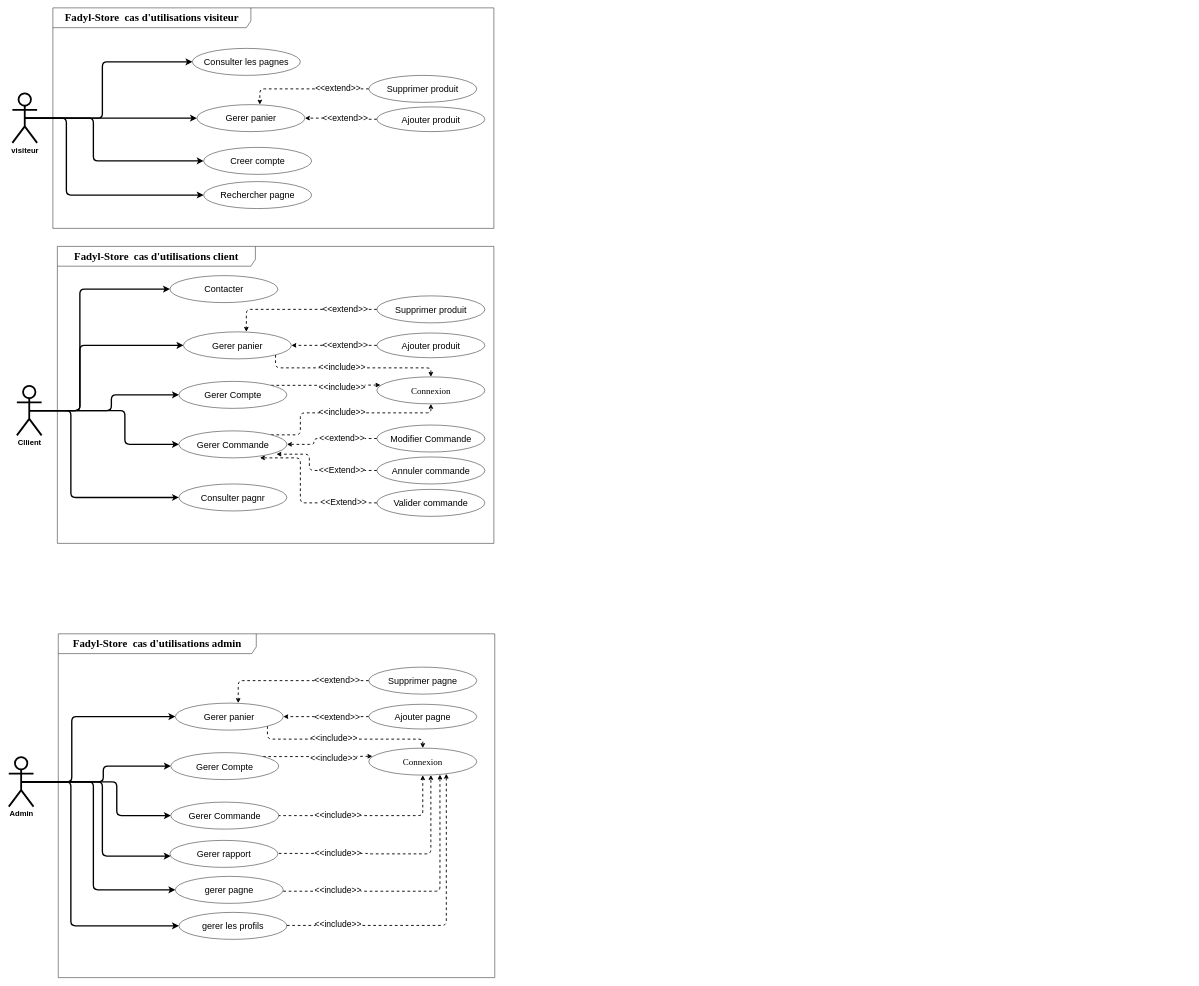
Earlier version of the draw.io diagram use case.drawio (Meshavegas/Fadhyl-Store). Source tidied: cells renumbered, new cells numbered last; positions are measured from the earlier drawing's top-left corner, leaving out a move shared by most shapes. Both pictures are drawn from the tidied source at 45%, with x=0, y=0 at pixel (9, 8).
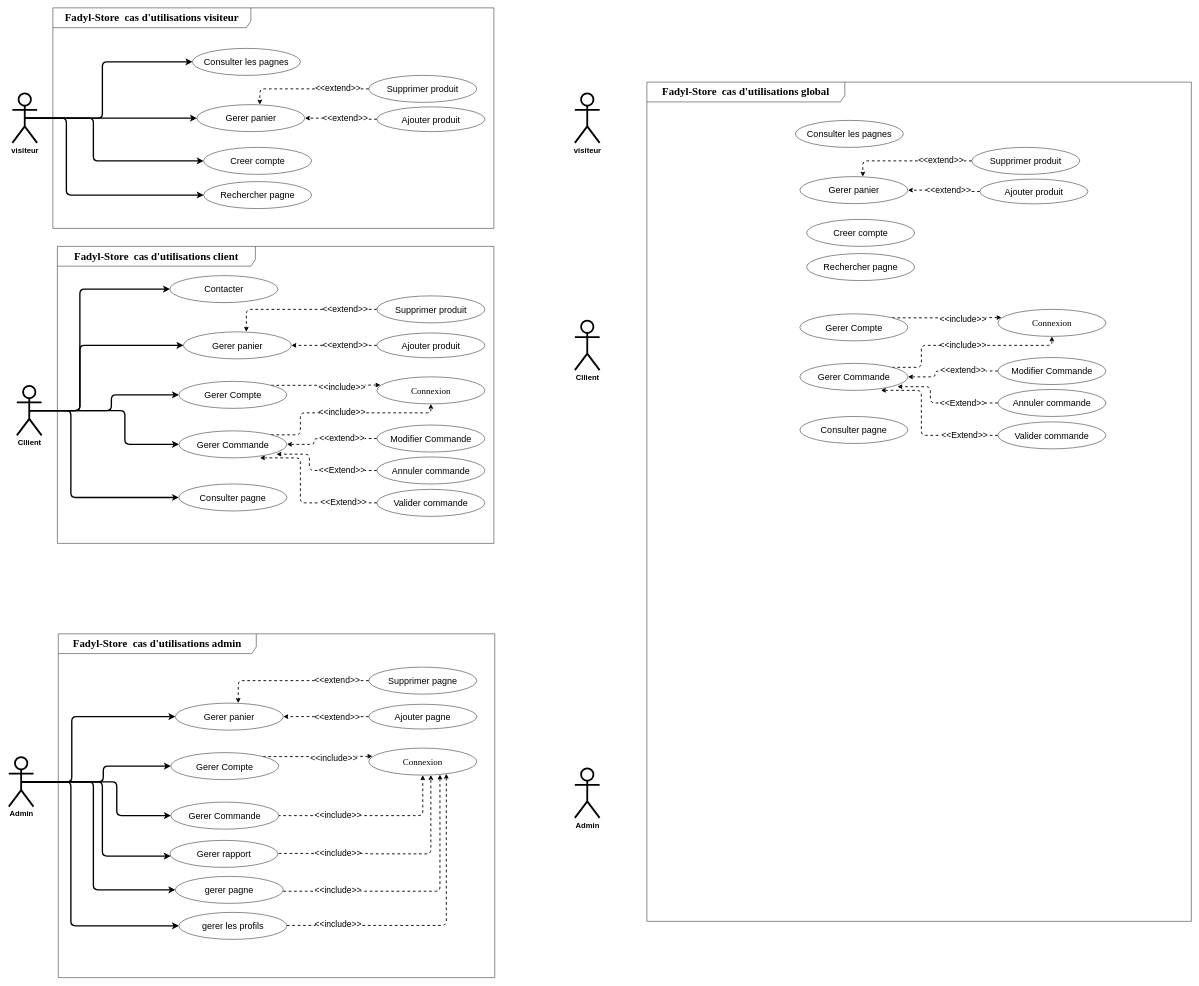
The same diagram, later.

Unchanged cells that the change refers to:
```xml
<mxCell id="8" value="&lt;font style=&quot;font-size: 20px;&quot;&gt;Gerer panier&lt;/font&gt;" style="ellipse;whiteSpace=wrap;html=1;fillStyle=solid;" parent="1" vertex="1">
  <mxGeometry x="388" y="720" width="240" height="60" as="geometry" />
</mxCell>
<mxCell id="24" value="&lt;font face=&quot;Times New Roman&quot; style=&quot;font-size: 20px;&quot;&gt;Connexion&lt;/font&gt;" style="ellipse;whiteSpace=wrap;html=1;" parent="1" vertex="1">
  <mxGeometry x="818" y="820" width="240" height="60" as="geometry" />
</mxCell>
<mxCell id="58" value="&lt;font style=&quot;font-size: 20px;&quot;&gt;Gerer panier&lt;/font&gt;" style="ellipse;whiteSpace=wrap;html=1;fillStyle=solid;" parent="1" vertex="1">
  <mxGeometry x="370" y="1545" width="240" height="60" as="geometry" />
</mxCell>
<mxCell id="68" value="&lt;font face=&quot;Times New Roman&quot; style=&quot;font-size: 20px;&quot;&gt;Connexion&lt;/font&gt;" style="ellipse;whiteSpace=wrap;html=1;" parent="1" vertex="1">
  <mxGeometry x="800" y="1645" width="240" height="60" as="geometry" />
</mxCell>
```

The edit, as a diff of the source:
```diff
@@
-    <mxCell id="7" style="edgeStyle=orthogonalEdgeStyle;rounded=1;jettySize=auto;html=1;exitX=1;exitY=1;exitDx=0;exitDy=0;entryX=0.5;entryY=0;entryDx=0;entryDy=0;dashed=1;strokeWidth=2;" parent="1" edge="1" source="8" target="24">
-      <mxGeometry relative="1" as="geometry">
-        <Array as="points">
-          <mxPoint x="593" y="800" />
-          <mxPoint x="938" y="800" />
-        </Array>
-      </mxGeometry>
-    </mxCell>
@@
-    <mxCell id="13" value="&lt;span style=&quot;font-size: 20px;&quot;&gt;Consulter pagnr&lt;/span&gt;" style="ellipse;whiteSpace=wrap;html=1;" parent="1" vertex="1">
+    <mxCell id="13" value="&lt;span style=&quot;font-size: 20px;&quot;&gt;Consulter pagne&lt;/span&gt;" style="ellipse;whiteSpace=wrap;html=1;" parent="1" vertex="1">
       <mxGeometry x="378" y="1058" width="240" height="60" as="geometry" />
     </mxCell>
@@
-    <mxCell id="30" value="&lt;font style=&quot;font-size: 19px;&quot;&gt;&amp;lt;&amp;lt;include&amp;gt;&amp;gt;&lt;/font&gt;" style="text;html=1;strokeColor=none;fillColor=default;align=center;verticalAlign=middle;whiteSpace=wrap;rounded=0;" parent="1" vertex="1">
-      <mxGeometry x="691" y="784" width="100" height="30" as="geometry" />
-    </mxCell>
@@
-    <mxCell id="57" style="edgeStyle=orthogonalEdgeStyle;rounded=1;jettySize=auto;html=1;exitX=1;exitY=1;exitDx=0;exitDy=0;entryX=0.5;entryY=0;entryDx=0;entryDy=0;dashed=1;strokeWidth=2;" parent="1" edge="1" source="58" target="68">
-      <mxGeometry relative="1" as="geometry">
-        <Array as="points">
-          <mxPoint x="575" y="1625" />
-          <mxPoint x="920" y="1625" />
-        </Array>
-      </mxGeometry>
-    </mxCell>
@@
-    <mxCell id="71" value="&lt;font style=&quot;font-size: 19px;&quot;&gt;&amp;lt;&amp;lt;include&amp;gt;&amp;gt;&lt;/font&gt;" style="text;html=1;strokeColor=none;fillColor=default;align=center;verticalAlign=middle;whiteSpace=wrap;rounded=0;" parent="1" vertex="1">
-      <mxGeometry x="673" y="1609" width="100" height="30" as="geometry" />
-    </mxCell>
@@
+    <mxCell id="85" value="&lt;b&gt;&lt;font style=&quot;font-size: 17px;&quot;&gt;visiteur&lt;/font&gt;&lt;/b&gt;" style="shape=umlActor;verticalLabelPosition=bottom;verticalAlign=top;html=1;strokeWidth=4;" parent="1" vertex="1">
+      <mxGeometry x="1258" y="190" width="55" height="110" as="geometry" />
+    </mxCell>
+    <mxCell id="86" value="&lt;b&gt;&lt;font style=&quot;font-size: 17px;&quot;&gt;Cllient&lt;/font&gt;&lt;/b&gt;" style="shape=umlActor;verticalLabelPosition=bottom;verticalAlign=top;html=1;strokeWidth=4;" parent="1" vertex="1">
+      <mxGeometry x="1258" y="695" width="55" height="110" as="geometry" />
+    </mxCell>
+    <mxCell id="87" value="&lt;b&gt;&lt;font style=&quot;font-size: 17px;&quot;&gt;Admin&lt;/font&gt;&lt;/b&gt;" style="shape=umlActor;verticalLabelPosition=bottom;verticalAlign=top;html=1;strokeWidth=4;" parent="1" vertex="1">
+      <mxGeometry x="1258" y="1690" width="55" height="110" as="geometry" />
+    </mxCell>
+    <mxCell id="88" value="&lt;b style=&quot;border-color: var(--border-color); font-family: &amp;quot;Times New Roman&amp;quot;; font-size: 24px;&quot;&gt;Fadyl-Store&amp;nbsp; cas d'utilisations global&lt;/b&gt;" style="shape=umlFrame;whiteSpace=wrap;html=1;width=440;height=44;" parent="1" vertex="1">
+      <mxGeometry x="1418" y="165" width="1210" height="1865" as="geometry" />
+    </mxCell>
+    <mxCell id="89" value="&lt;font style=&quot;font-size: 20px;&quot;&gt;Gerer panier&lt;/font&gt;" style="ellipse;whiteSpace=wrap;html=1;fillStyle=solid;" parent="1" vertex="1">
+      <mxGeometry x="1758" y="375" width="240" height="60" as="geometry" />
+    </mxCell>
+    <mxCell id="90" value="&lt;font style=&quot;font-size: 20px;&quot;&gt;Creer compte&lt;/font&gt;" style="ellipse;whiteSpace=wrap;html=1;" parent="1" vertex="1">
+      <mxGeometry x="1773" y="470" width="240" height="60" as="geometry" />
+    </mxCell>
+    <mxCell id="91" value="&lt;font style=&quot;font-size: 20px;&quot;&gt;Rechercher pagne&lt;/font&gt;" style="ellipse;whiteSpace=wrap;html=1;" parent="1" vertex="1">
+      <mxGeometry x="1773" y="546" width="240" height="60" as="geometry" />
+    </mxCell>
+    <mxCell id="92" style="edgeStyle=orthogonalEdgeStyle;rounded=0;jettySize=auto;html=1;exitX=0;exitY=0.5;exitDx=0;exitDy=0;entryX=1;entryY=0.5;entryDx=0;entryDy=0;dashed=1;strokeWidth=2;" parent="1" edge="1" target="89">
+      <mxGeometry relative="1" as="geometry">
+        <mxPoint x="2158" y="408" as="sourcePoint" />
+      </mxGeometry>
+    </mxCell>
+    <mxCell id="93" style="edgeStyle=orthogonalEdgeStyle;rounded=1;jettySize=auto;html=1;entryX=0.583;entryY=0;entryDx=0;entryDy=0;entryPerimeter=0;dashed=1;strokeWidth=2;" parent="1" edge="1" source="94" target="89">
+      <mxGeometry relative="1" as="geometry" />
+    </mxCell>
+    <mxCell id="94" value="&lt;font style=&quot;font-size: 20px;&quot;&gt;Supprimer produit&lt;/font&gt;" style="ellipse;whiteSpace=wrap;html=1;flipV=1;flipH=1;" parent="1" vertex="1">
+      <mxGeometry x="2140" y="310" width="240" height="60" as="geometry" />
+    </mxCell>
+    <mxCell id="95" value="&lt;font style=&quot;font-size: 19px;&quot;&gt;&amp;lt;&amp;lt;extend&amp;gt;&amp;gt;&lt;/font&gt;" style="text;html=1;strokeColor=none;fillColor=default;align=center;verticalAlign=middle;whiteSpace=wrap;rounded=0;" parent="1" vertex="1">
+      <mxGeometry x="2022" y="325" width="100" height="30" as="geometry" />
+    </mxCell>
+    <mxCell id="96" value="&lt;font style=&quot;font-size: 19px;&quot;&gt;&amp;lt;&amp;lt;extend&amp;gt;&amp;gt;&lt;/font&gt;" style="text;html=1;strokeColor=none;fillColor=default;align=center;verticalAlign=middle;whiteSpace=wrap;rounded=0;" parent="1" vertex="1">
+      <mxGeometry x="2038" y="392" width="100" height="30" as="geometry" />
+    </mxCell>
+    <mxCell id="97" value="&lt;font style=&quot;font-size: 20px;&quot;&gt;Consulter les pagnes&lt;/font&gt;" style="ellipse;whiteSpace=wrap;html=1;fillStyle=solid;" parent="1" vertex="1">
+      <mxGeometry x="1748" y="250" width="240" height="60" as="geometry" />
+    </mxCell>
+    <mxCell id="98" value="&lt;font style=&quot;font-size: 20px;&quot;&gt;Ajouter produit&lt;/font&gt;" style="ellipse;whiteSpace=wrap;html=1;flipV=1;flipH=1;" parent="1" vertex="1">
+      <mxGeometry x="2158" y="380.5" width="240" height="55" as="geometry" />
+    </mxCell>
+    <mxCell id="99" style="edgeStyle=orthogonalEdgeStyle;rounded=1;jettySize=auto;html=1;exitX=1;exitY=0;exitDx=0;exitDy=0;entryX=0.034;entryY=0.302;entryDx=0;entryDy=0;entryPerimeter=0;dashed=1;strokeWidth=2;" parent="1" edge="1" source="100" target="110">
+      <mxGeometry relative="1" as="geometry" />
+    </mxCell>
+    <mxCell id="100" value="&lt;font style=&quot;font-size: 20px;&quot;&gt;Gerer Compte&lt;/font&gt;" style="ellipse;whiteSpace=wrap;html=1;" parent="1" vertex="1">
+      <mxGeometry x="1758" y="680" width="240" height="60" as="geometry" />
+    </mxCell>
+    <mxCell id="101" style="edgeStyle=orthogonalEdgeStyle;rounded=1;jettySize=auto;html=1;exitX=1;exitY=0;exitDx=0;exitDy=0;entryX=0.5;entryY=1;entryDx=0;entryDy=0;dashed=1;strokeWidth=2;" parent="1" edge="1" source="102" target="110">
+      <mxGeometry relative="1" as="geometry">
+        <Array as="points">
+          <mxPoint x="2028" y="799" />
+          <mxPoint x="2028" y="750" />
+          <mxPoint x="2318" y="750" />
+        </Array>
+      </mxGeometry>
+    </mxCell>
+    <mxCell id="102" value="&lt;font style=&quot;font-size: 20px;&quot;&gt;Gerer Commande&lt;/font&gt;" style="ellipse;whiteSpace=wrap;html=1;" parent="1" vertex="1">
+      <mxGeometry x="1758" y="790" width="240" height="60" as="geometry" />
+    </mxCell>
+    <mxCell id="103" value="&lt;span style=&quot;font-size: 20px;&quot;&gt;Consulter pagne&lt;/span&gt;" style="ellipse;whiteSpace=wrap;html=1;" parent="1" vertex="1">
+      <mxGeometry x="1758" y="908" width="240" height="60" as="geometry" />
+    </mxCell>
+    <mxCell id="104" style="edgeStyle=orthogonalEdgeStyle;rounded=1;jettySize=auto;html=1;exitX=0;exitY=0.5;exitDx=0;exitDy=0;entryX=1;entryY=0.5;entryDx=0;entryDy=0;dashed=1;strokeWidth=2;" parent="1" edge="1" source="105" target="102">
+      <mxGeometry relative="1" as="geometry">
+        <Array as="points">
+          <mxPoint x="2058" y="807" />
+          <mxPoint x="2058" y="820" />
+        </Array>
+      </mxGeometry>
+    </mxCell>
+    <mxCell id="105" value="&lt;font style=&quot;font-size: 20px;&quot;&gt;Modifier Commande&lt;/font&gt;" style="ellipse;whiteSpace=wrap;html=1;flipV=1;flipH=1;" parent="1" vertex="1">
+      <mxGeometry x="2198" y="777" width="240" height="60" as="geometry" />
+    </mxCell>
+    <mxCell id="106" style="edgeStyle=orthogonalEdgeStyle;rounded=1;jettySize=auto;html=1;exitX=0;exitY=0.5;exitDx=0;exitDy=0;entryX=0.903;entryY=0.864;entryDx=0;entryDy=0;entryPerimeter=0;dashed=1;strokeWidth=2;" parent="1" edge="1" source="107" target="102">
+      <mxGeometry relative="1" as="geometry">
+        <Array as="points">
+          <mxPoint x="2048" y="878" />
+          <mxPoint x="2048" y="842" />
+        </Array>
+      </mxGeometry>
+    </mxCell>
+    <mxCell id="107" value="&lt;font style=&quot;font-size: 20px;&quot;&gt;Annuler commande&lt;/font&gt;" style="ellipse;whiteSpace=wrap;html=1;flipV=1;flipH=1;" parent="1" vertex="1">
+      <mxGeometry x="2198" y="848" width="240" height="60" as="geometry" />
+    </mxCell>
+    <mxCell id="108" style="edgeStyle=orthogonalEdgeStyle;rounded=1;jettySize=auto;html=1;exitX=0;exitY=0.5;exitDx=0;exitDy=0;entryX=0.75;entryY=1;entryDx=0;entryDy=0;entryPerimeter=0;dashed=1;strokeWidth=2;" parent="1" edge="1" source="109" target="102">
+      <mxGeometry relative="1" as="geometry">
+        <Array as="points">
+          <mxPoint x="2028" y="950" />
+          <mxPoint x="2028" y="850" />
+        </Array>
+      </mxGeometry>
+    </mxCell>
+    <mxCell id="109" value="&lt;font style=&quot;font-size: 20px;&quot;&gt;Valider commande&lt;/font&gt;" style="ellipse;whiteSpace=wrap;html=1;flipV=1;flipH=1;" parent="1" vertex="1">
+      <mxGeometry x="2198" y="920" width="240" height="60" as="geometry" />
+    </mxCell>
+    <mxCell id="110" value="&lt;font face=&quot;Times New Roman&quot; style=&quot;font-size: 20px;&quot;&gt;Connexion&lt;/font&gt;" style="ellipse;whiteSpace=wrap;html=1;" parent="1" vertex="1">
+      <mxGeometry x="2198" y="670" width="240" height="60" as="geometry" />
+    </mxCell>
+    <mxCell id="111" value="&lt;font style=&quot;font-size: 19px;&quot;&gt;&amp;lt;&amp;lt;Extend&amp;gt;&amp;gt;&lt;/font&gt;" style="text;html=1;strokeColor=none;fillColor=default;align=center;verticalAlign=middle;whiteSpace=wrap;rounded=0;" parent="1" vertex="1">
+      <mxGeometry x="2071" y="935" width="107" height="30" as="geometry" />
+    </mxCell>
+    <mxCell id="112" value="&lt;font style=&quot;font-size: 19px;&quot;&gt;&amp;lt;&amp;lt;Extend&amp;gt;&amp;gt;&lt;/font&gt;" style="text;html=1;strokeColor=none;fillColor=default;align=center;verticalAlign=middle;whiteSpace=wrap;rounded=0;" parent="1" vertex="1">
+      <mxGeometry x="2071" y="864" width="100" height="30" as="geometry" />
+    </mxCell>
+    <mxCell id="113" value="&lt;font style=&quot;font-size: 19px;&quot;&gt;&amp;lt;&amp;lt;extend&amp;gt;&amp;gt;&lt;/font&gt;" style="text;html=1;strokeColor=none;fillColor=default;align=center;verticalAlign=middle;whiteSpace=wrap;rounded=0;" parent="1" vertex="1">
+      <mxGeometry x="2071" y="791" width="100" height="30" as="geometry" />
+    </mxCell>
+    <mxCell id="114" value="&lt;font style=&quot;font-size: 19px;&quot;&gt;&amp;lt;&amp;lt;include&amp;gt;&amp;gt;&lt;/font&gt;" style="text;html=1;strokeColor=none;fillColor=default;align=center;verticalAlign=middle;whiteSpace=wrap;rounded=0;" parent="1" vertex="1">
+      <mxGeometry x="2071" y="735" width="100" height="30" as="geometry" />
+    </mxCell>
+    <mxCell id="115" value="&lt;font style=&quot;font-size: 19px;&quot;&gt;&amp;lt;&amp;lt;include&amp;gt;&amp;gt;&lt;/font&gt;" style="text;html=1;strokeColor=none;fillColor=default;align=center;verticalAlign=middle;whiteSpace=wrap;rounded=0;" parent="1" vertex="1">
+      <mxGeometry x="2071" y="678" width="100" height="30" as="geometry" />
+    </mxCell>
```
